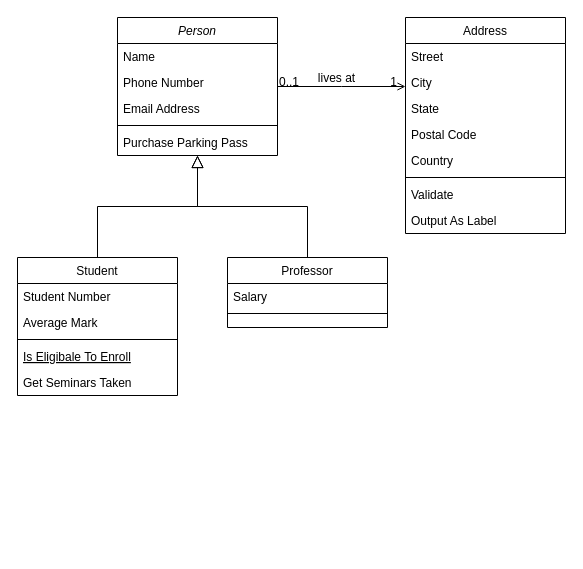
The draw.io diagram 蚂蚁金服-RMC-[链路容量]结果实体领域模型设计.drawio in frankneu/draw.io, before the edit. Source tidied: cells renumbered, new cells numbered last; positions are measured from the earlier drawing's top-left corner, leaving out a move shared by most shapes. Both pictures are drawn from the tidied source at 100%, with x=0, y=0 at pixel (17, 17).
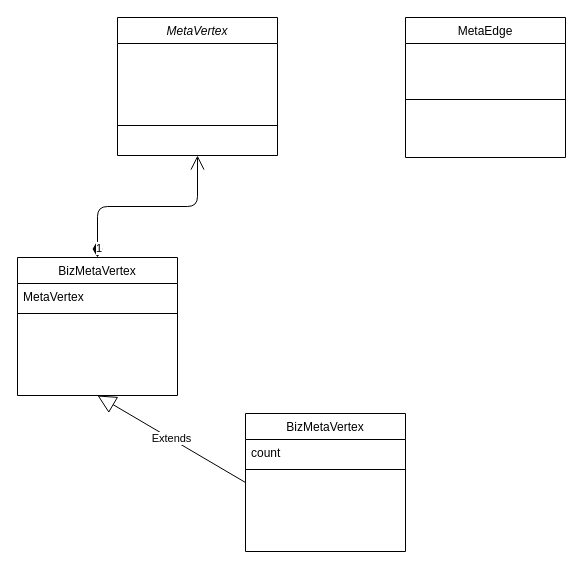
The same diagram, later.

Commit message:
Update 蚂蚁金服-RMC-[链路容量]结果实体领域模型设计.drawio

What changed in the source:
```diff
@@
-    <mxCell id="2" value="Person" style="swimlane;fontStyle=2;align=center;verticalAlign=top;horizontal=1;startSize=26;rounded=0;shadow=0;strokeWidth=1;" parent="1" vertex="1">
+    <mxCell id="2" value="MetaVertex" style="swimlane;fontStyle=2;align=center;verticalAlign=top;horizontal=1;startSize=26;rounded=0;shadow=0;strokeWidth=1;" parent="1" vertex="1">
       <mxGeometry x="100" width="160" height="138" as="geometry" />
     </mxCell>
-    <mxCell id="3" value="Name" style="text;align=left;verticalAlign=top;spacingLeft=4;spacingRight=4;overflow=hidden;" parent="2" vertex="1">
+    <mxCell id="3" value=" " style="text;align=left;verticalAlign=top;spacingLeft=4;spacingRight=4;overflow=hidden;" parent="2" vertex="1">
       <mxGeometry y="26" width="160" height="26" as="geometry" />
     </mxCell>
-    <mxCell id="4" value="Phone Number" style="text;align=left;verticalAlign=top;spacingLeft=4;spacingRight=4;overflow=hidden;rounded=0;shadow=0;html=0;" parent="2" vertex="1">
+    <mxCell id="4" value=" " style="text;align=left;verticalAlign=top;spacingLeft=4;spacingRight=4;overflow=hidden;rounded=0;shadow=0;html=0;" parent="2" vertex="1">
       <mxGeometry y="52" width="160" height="26" as="geometry" />
     </mxCell>
-    <mxCell id="5" value="Email Address" style="text;align=left;verticalAlign=top;spacingLeft=4;spacingRight=4;overflow=hidden;rounded=0;shadow=0;html=0;" parent="2" vertex="1">
+    <mxCell id="5" value=" " style="text;align=left;verticalAlign=top;spacingLeft=4;spacingRight=4;overflow=hidden;rounded=0;shadow=0;html=0;" parent="2" vertex="1">
       <mxGeometry y="78" width="160" height="26" as="geometry" />
     </mxCell>
@@
-    <mxCell id="7" value="Purchase Parking Pass" style="text;align=left;verticalAlign=top;spacingLeft=4;spacingRight=4;overflow=hidden;" parent="2" vertex="1">
+    <mxCell id="7" value=" " style="text;align=left;verticalAlign=top;spacingLeft=4;spacingRight=4;overflow=hidden;" parent="2" vertex="1">
       <mxGeometry y="112" width="160" height="26" as="geometry" />
     </mxCell>
-    <mxCell id="8" value="Student" style="swimlane;fontStyle=0;align=center;verticalAlign=top;horizontal=1;startSize=26;rounded=0;shadow=0;strokeWidth=1;" parent="1" vertex="1">
+    <mxCell id="8" value="BizMetaVertex" style="swimlane;fontStyle=0;align=center;verticalAlign=top;horizontal=1;startSize=26;rounded=0;shadow=0;strokeWidth=1;" parent="1" vertex="1">
       <mxGeometry y="240" width="160" height="138" as="geometry" />
     </mxCell>
-    <mxCell id="9" value="Student Number" style="text;align=left;verticalAlign=top;spacingLeft=4;spacingRight=4;overflow=hidden;" parent="8" vertex="1">
+    <mxCell id="9" value="MetaVertex" style="text;align=left;verticalAlign=top;spacingLeft=4;spacingRight=4;overflow=hidden;" parent="8" vertex="1">
       <mxGeometry y="26" width="160" height="26" as="geometry" />
     </mxCell>
-    <mxCell id="10" value="Average Mark" style="text;align=left;verticalAlign=top;spacingLeft=4;spacingRight=4;overflow=hidden;rounded=0;shadow=0;html=0;" parent="8" vertex="1">
-      <mxGeometry y="52" width="160" height="26" as="geometry" />
-    </mxCell>
     <mxCell id="11" style="line;html=1;strokeWidth=1;align=left;verticalAlign=middle;spacingTop=-1;spacingLeft=3;spacingRight=3;labelPosition=right;" parent="8" vertex="1">
-      <mxGeometry y="78" width="160" height="8" as="geometry" />
+      <mxGeometry y="52" width="160" height="8" as="geometry" />
     </mxCell>
-    <mxCell id="12" value="Is Eligibale To Enroll" style="text;align=left;verticalAlign=top;spacingLeft=4;spacingRight=4;overflow=hidden;fontStyle=4;" parent="8" vertex="1">
-      <mxGeometry y="86" width="160" height="26" as="geometry" />
-    </mxCell>
-    <mxCell id="13" value="Get Seminars Taken" style="text;align=left;verticalAlign=top;spacingLeft=4;spacingRight=4;overflow=hidden;" parent="8" vertex="1">
-      <mxGeometry y="112" width="160" height="26" as="geometry" />
-    </mxCell>
-    <mxCell id="14" style="endArrow=block;endSize=10;endFill=0;shadow=0;strokeWidth=1;rounded=0;edgeStyle=elbowEdgeStyle;elbow=vertical;" parent="1" edge="1" source="8" target="2">
-      <mxGeometry relative="1" as="geometry" />
-    </mxCell>
-    <mxCell id="15" value="Professor" style="swimlane;fontStyle=0;align=center;verticalAlign=top;horizontal=1;startSize=26;rounded=0;shadow=0;strokeWidth=1;" parent="1" vertex="1">
-      <mxGeometry x="210" y="240" width="160" height="70" as="geometry" />
-    </mxCell>
-    <mxCell id="16" value="Salary" style="text;align=left;verticalAlign=top;spacingLeft=4;spacingRight=4;overflow=hidden;" parent="15" vertex="1">
-      <mxGeometry y="26" width="160" height="26" as="geometry" />
-    </mxCell>
-    <mxCell id="17" style="line;html=1;strokeWidth=1;align=left;verticalAlign=middle;spacingTop=-1;spacingLeft=3;spacingRight=3;labelPosition=right;" parent="15" vertex="1">
-      <mxGeometry y="52" width="160" height="8" as="geometry" />
-    </mxCell>
-    <mxCell id="18" style="endArrow=block;endSize=10;endFill=0;shadow=0;strokeWidth=1;rounded=0;edgeStyle=elbowEdgeStyle;elbow=vertical;" parent="1" edge="1" source="15" target="2">
-      <mxGeometry relative="1" as="geometry" />
-    </mxCell>
-    <mxCell id="19" value="Address" style="swimlane;fontStyle=0;align=center;verticalAlign=top;horizontal=1;startSize=26;rounded=0;shadow=0;strokeWidth=1;" parent="1" vertex="1">
-      <mxGeometry x="388" width="160" height="216" as="geometry" />
+    <mxCell id="19" value="MetaEdge" style="swimlane;fontStyle=0;align=center;verticalAlign=top;horizontal=1;startSize=26;rounded=0;shadow=0;strokeWidth=1;" parent="1" vertex="1">
+      <mxGeometry x="388" width="160" height="140" as="geometry" />
     </mxCell>
-    <mxCell id="20" value="Street" style="text;align=left;verticalAlign=top;spacingLeft=4;spacingRight=4;overflow=hidden;" parent="19" vertex="1">
+    <mxCell id="20" value=" " style="text;align=left;verticalAlign=top;spacingLeft=4;spacingRight=4;overflow=hidden;" parent="19" vertex="1">
       <mxGeometry y="26" width="160" height="26" as="geometry" />
     </mxCell>
-    <mxCell id="21" value="City" style="text;align=left;verticalAlign=top;spacingLeft=4;spacingRight=4;overflow=hidden;rounded=0;shadow=0;html=0;" parent="19" vertex="1">
+    <mxCell id="21" value=" " style="text;align=left;verticalAlign=top;spacingLeft=4;spacingRight=4;overflow=hidden;rounded=0;shadow=0;html=0;" parent="19" vertex="1">
       <mxGeometry y="52" width="160" height="26" as="geometry" />
     </mxCell>
-    <mxCell id="22" value="State" style="text;align=left;verticalAlign=top;spacingLeft=4;spacingRight=4;overflow=hidden;rounded=0;shadow=0;html=0;" parent="19" vertex="1">
-      <mxGeometry y="78" width="160" height="26" as="geometry" />
-    </mxCell>
-    <mxCell id="23" value="Postal Code" style="text;align=left;verticalAlign=top;spacingLeft=4;spacingRight=4;overflow=hidden;rounded=0;shadow=0;html=0;" parent="19" vertex="1">
-      <mxGeometry y="104" width="160" height="26" as="geometry" />
-    </mxCell>
-    <mxCell id="24" value="Country" style="text;align=left;verticalAlign=top;spacingLeft=4;spacingRight=4;overflow=hidden;rounded=0;shadow=0;html=0;" parent="19" vertex="1">
-      <mxGeometry y="130" width="160" height="26" as="geometry" />
-    </mxCell>
     <mxCell id="25" style="line;html=1;strokeWidth=1;align=left;verticalAlign=middle;spacingTop=-1;spacingLeft=3;spacingRight=3;labelPosition=right;" parent="19" vertex="1">
-      <mxGeometry y="156" width="160" height="8" as="geometry" />
+      <mxGeometry y="78" width="160" height="8" as="geometry" />
     </mxCell>
-    <mxCell id="26" value="Validate" style="text;align=left;verticalAlign=top;spacingLeft=4;spacingRight=4;overflow=hidden;" parent="19" vertex="1">
-      <mxGeometry y="164" width="160" height="26" as="geometry" />
+    <mxCell id="26" value=" " style="text;align=left;verticalAlign=top;spacingLeft=4;spacingRight=4;overflow=hidden;" parent="19" vertex="1">
+      <mxGeometry y="86" width="160" height="26" as="geometry" />
     </mxCell>
-    <mxCell id="27" value="Output As Label" style="text;align=left;verticalAlign=top;spacingLeft=4;spacingRight=4;overflow=hidden;" parent="19" vertex="1">
-      <mxGeometry y="190" width="160" height="26" as="geometry" />
+    <mxCell id="27" value=" " style="text;align=left;verticalAlign=top;spacingLeft=4;spacingRight=4;overflow=hidden;" parent="19" vertex="1">
+      <mxGeometry y="112" width="160" height="26" as="geometry" />
     </mxCell>
-    <mxCell id="28" style="endArrow=open;shadow=0;strokeWidth=1;rounded=0;endFill=1;edgeStyle=elbowEdgeStyle;elbow=vertical;" parent="1" edge="1" source="2" target="19">
-      <mxGeometry x="0.5" y="41" relative="1" as="geometry">
-        <mxPoint x="-40" y="32" as="offset" />
-      </mxGeometry>
-    </mxCell>
-    <mxCell id="29" value="0..1" style="align=left;verticalAlign=bottom;labelBackgroundColor=none;fontSize=12;" parent="28" vertex="1">
-      <mxGeometry x="-1" relative="1" as="geometry">
-        <mxPoint y="4" as="offset" />
-      </mxGeometry>
-    </mxCell>
+    <mxCell id="32" value="BizMetaVertex" style="swimlane;fontStyle=0;align=center;verticalAlign=top;horizontal=1;startSize=26;rounded=0;shadow=0;strokeWidth=1;" parent="1" vertex="1">
+      <mxGeometry x="228" y="396" width="160" height="138" as="geometry" />
+    </mxCell>
+    <mxCell id="33" value="count" style="text;align=left;verticalAlign=top;spacingLeft=4;spacingRight=4;overflow=hidden;" parent="32" vertex="1">
+      <mxGeometry y="26" width="160" height="26" as="geometry" />
+    </mxCell>
+    <mxCell id="17" style="line;html=1;strokeWidth=1;align=left;verticalAlign=middle;spacingTop=-1;spacingLeft=3;spacingRight=3;labelPosition=right;" parent="32" vertex="1">
+      <mxGeometry y="52" width="160" height="8" as="geometry" />
+    </mxCell>
+    <mxCell id="34" value="Extends" style="endArrow=block;endSize=16;endFill=0;html=1;exitX=0;exitY=0.5;exitDx=0;exitDy=0;entryX=0.5;entryY=1;entryDx=0;entryDy=0;" parent="1" edge="1" source="32" target="8">
+      <mxGeometry relative="1" as="geometry" />
+    </mxCell>
-    <mxCell id="30" value="1" style="align=right;verticalAlign=bottom;labelBackgroundColor=none;fontSize=12;" parent="28" vertex="1">
-      <mxGeometry x="1" relative="1" as="geometry">
-        <mxPoint x="-7" y="4" as="offset" />
-      </mxGeometry>
+    <mxCell id="30" value="1" style="endArrow=open;html=1;endSize=12;startArrow=diamondThin;startSize=14;startFill=1;edgeStyle=orthogonalEdgeStyle;align=left;verticalAlign=bottom;exitX=0.5;exitY=0;exitDx=0;exitDy=0;" parent="1" edge="1" source="8" target="2">
+      <mxGeometry x="-1" y="3" relative="1" as="geometry" />
     </mxCell>
-    <mxCell id="31" value="lives at" style="text;html=1;align=center;verticalAlign=middle;labelBackgroundColor=none;rounded=0;shadow=0;strokeWidth=1;fontSize=12;" parent="28" vertex="1">
-      <mxGeometry x="0.5" y="49" relative="1" as="geometry">
-        <mxPoint x="-38" y="40" as="offset" />
-      </mxGeometry>
-    </mxCell>
```
